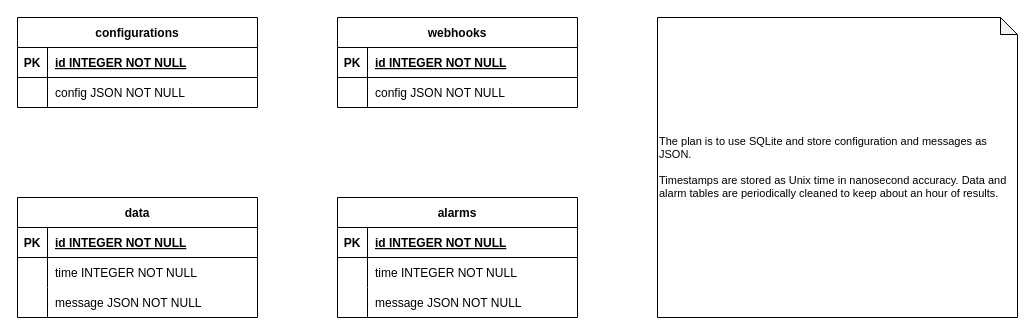
Earlier version of the draw.io diagram page "Database" (3 of 3) of docs/NetSpotControl.drawio (sifis-home/wp4-edge_ids). Source tidied: cells renumbered, new cells numbered last; positions are measured from the earlier drawing's top-left corner, leaving out a move shared by most shapes. Both pictures are drawn from the tidied source at 100%, with x=0, y=0 at pixel (17, 17).
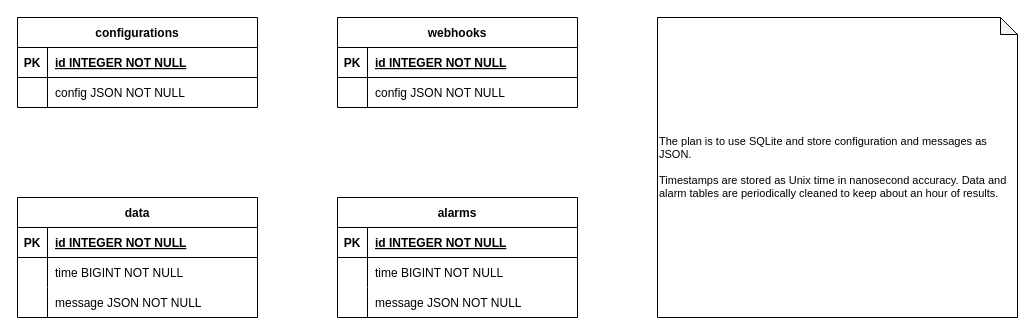
After the change.

The change refers to these unchanged cells:
```xml
<mxCell id="13" style="shape=tableRow;horizontal=0;startSize=0;swimlaneHead=0;swimlaneBody=0;fillColor=none;top=0;left=0;right=0;bottom=0;" parent="9" vertex="1">
  <mxGeometry y="60" width="240" height="30" as="geometry" />
</mxCell>
<mxCell id="23" style="shape=tableRow;horizontal=0;startSize=0;swimlaneHead=0;swimlaneBody=0;fillColor=none;top=0;left=0;right=0;bottom=0;" parent="19" vertex="1">
  <mxGeometry y="60" width="240" height="30" as="geometry" />
</mxCell>
```

Diff of the diagram source:
```diff
@@
-    <mxCell id="15" value="time INTEGER NOT NULL" style="shape=partialRectangle;overflow=hidden;fillColor=none;align=left;top=0;left=0;bottom=0;right=0;spacingLeft=6;" parent="13" vertex="1">
+    <mxCell id="15" value="time BIGINT NOT NULL" style="shape=partialRectangle;overflow=hidden;fillColor=none;align=left;top=0;left=0;bottom=0;right=0;spacingLeft=6;" parent="13" vertex="1">
       <mxGeometry x="30" width="210" height="30" as="geometry" />
     </mxCell>
@@
-    <mxCell id="25" value="time INTEGER NOT NULL" style="shape=partialRectangle;overflow=hidden;fillColor=none;align=left;top=0;left=0;bottom=0;right=0;spacingLeft=6;" parent="23" vertex="1">
+    <mxCell id="25" value="time BIGINT NOT NULL" style="shape=partialRectangle;overflow=hidden;fillColor=none;align=left;top=0;left=0;bottom=0;right=0;spacingLeft=6;" parent="23" vertex="1">
       <mxGeometry x="30" width="210" height="30" as="geometry" />
     </mxCell>
```
